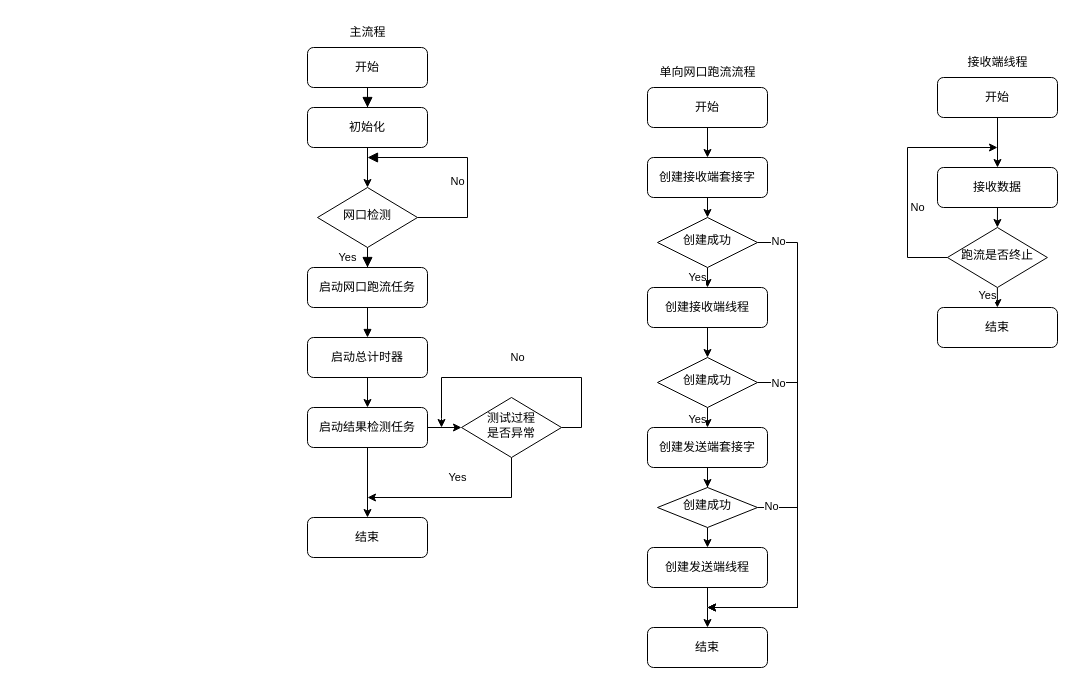
Before: a300.drawio in waterwatermelon/graph, a draw.io diagram. Source tidied: cells renumbered, new cells numbered last; positions are measured from the earlier drawing's top-left corner, leaving out a move shared by most shapes. Both pictures are drawn from the tidied source at 100%, with x=0, y=0 at pixel (307, 17).
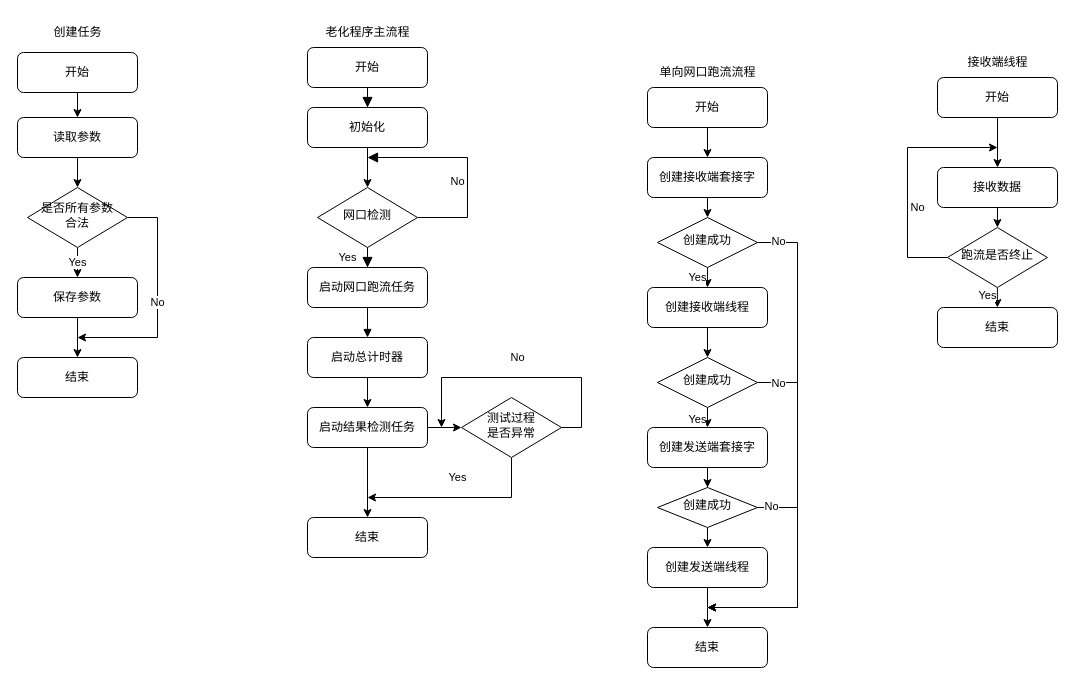
The same diagram, later.

Diff of the diagram source:
```diff
@@
-    <mxCell id="16" value="主流程" style="text;html=1;align=center;verticalAlign=middle;strokeColor=none;fillColor=none;" parent="1" vertex="1">
-      <mxGeometry x="30" width="60" height="30" as="geometry" />
+    <mxCell id="16" value="老化程序主流程" style="text;html=1;align=center;verticalAlign=middle;strokeColor=none;fillColor=none;" parent="1" vertex="1">
+      <mxGeometry x="5" width="110" height="30" as="geometry" />
     </mxCell>
@@
+    <mxCell id="56" value="创建任务" style="text;html=1;align=center;verticalAlign=middle;strokeColor=none;fillColor=none;" parent="1" vertex="1">
+      <mxGeometry x="-265" width="70" height="30" as="geometry" />
+    </mxCell>
+    <mxCell id="57" style="edgeStyle=orthogonalEdgeStyle;rounded=0;jettySize=auto;html=1;exitX=0.5;exitY=1;exitDx=0;exitDy=0;entryX=0.5;entryY=0;entryDx=0;entryDy=0;" parent="1" edge="1" source="58" target="60">
+      <mxGeometry relative="1" as="geometry" />
+    </mxCell>
+    <mxCell id="58" value="开始" style="rounded=1;whiteSpace=wrap;html=1;fontSize=12;glass=0;strokeWidth=1;shadow=0;" parent="1" vertex="1">
+      <mxGeometry x="-290" y="35" width="120" height="40" as="geometry" />
+    </mxCell>
+    <mxCell id="59" style="edgeStyle=orthogonalEdgeStyle;rounded=0;jettySize=auto;html=1;exitX=0.5;exitY=1;exitDx=0;exitDy=0;entryX=0.5;entryY=0;entryDx=0;entryDy=0;" parent="1" edge="1" source="60" target="63">
+      <mxGeometry relative="1" as="geometry" />
+    </mxCell>
+    <mxCell id="60" value="读取参数" style="rounded=1;whiteSpace=wrap;html=1;fontSize=12;glass=0;strokeWidth=1;shadow=0;" parent="1" vertex="1">
+      <mxGeometry x="-290" y="100" width="120" height="40" as="geometry" />
+    </mxCell>
+    <mxCell id="61" value="Yes" style="edgeStyle=orthogonalEdgeStyle;rounded=0;jettySize=auto;html=1;" parent="1" edge="1" source="63" target="66">
+      <mxGeometry relative="1" as="geometry" />
+    </mxCell>
+    <mxCell id="62" value="No" style="edgeStyle=orthogonalEdgeStyle;rounded=0;jettySize=auto;html=1;exitX=1;exitY=0.5;exitDx=0;exitDy=0;" parent="1" edge="1" source="63">
+      <mxGeometry relative="1" as="geometry">
+        <mxPoint x="-230" y="320" as="targetPoint" />
+        <Array as="points">
+          <mxPoint x="-150" y="200" />
+          <mxPoint x="-150" y="320" />
+        </Array>
+      </mxGeometry>
+    </mxCell>
+    <mxCell id="63" value="是否所有参数&lt;br&gt;合法" style="rhombus;whiteSpace=wrap;html=1;shadow=0;fontFamily=Helvetica;fontSize=12;align=center;strokeWidth=1;spacing=6;spacingTop=-4;" parent="1" vertex="1">
+      <mxGeometry x="-280" y="170" width="100" height="60" as="geometry" />
+    </mxCell>
+    <mxCell id="64" value="结束" style="rounded=1;whiteSpace=wrap;html=1;fontSize=12;glass=0;strokeWidth=1;shadow=0;" parent="1" vertex="1">
+      <mxGeometry x="-290" y="340" width="120" height="40" as="geometry" />
+    </mxCell>
+    <mxCell id="65" style="edgeStyle=orthogonalEdgeStyle;rounded=0;jettySize=auto;html=1;" parent="1" edge="1" source="66" target="64">
+      <mxGeometry relative="1" as="geometry" />
+    </mxCell>
+    <mxCell id="66" value="保存参数" style="rounded=1;whiteSpace=wrap;html=1;fontSize=12;glass=0;strokeWidth=1;shadow=0;" parent="1" vertex="1">
+      <mxGeometry x="-290" y="260" width="120" height="40" as="geometry" />
+    </mxCell>
```
